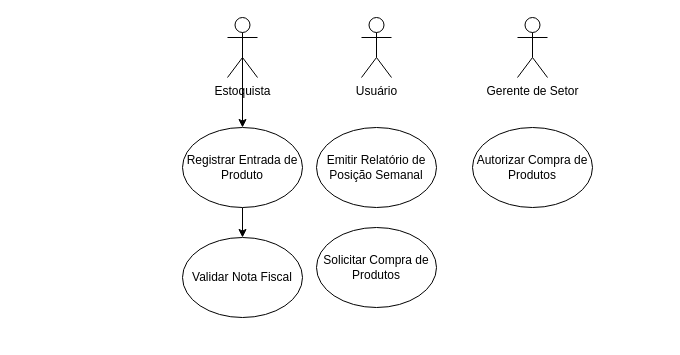
This is Diagrama sem nome.drawio from Meeps0/git, a draw.io file, before an edit. Source tidied: cells renumbered, new cells numbered last; positions are measured from the earlier drawing's top-left corner, leaving out a move shared by most shapes. Both pictures are drawn from the tidied source at 100%, with x=0, y=0 at pixel (182, 17).
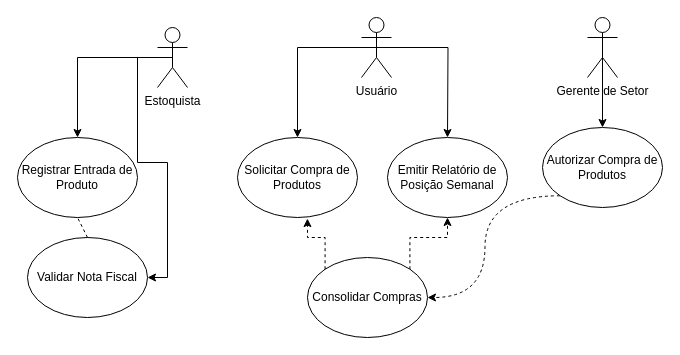
After the change.

Unchanged cells that the change refers to:
```xml
<mxCell id="5" value="Usuário" style="shape=umlActor;verticalLabelPosition=bottom;verticalAlign=top;html=1;outlineConnect=0;" parent="1" vertex="1">
  <mxGeometry x="179" width="30" height="60" as="geometry" />
</mxCell>
```

What changed in the source:
```diff
@@
+    <mxCell id="13" style="edgeStyle=orthogonalEdgeStyle;rounded=0;jettySize=auto;html=1;exitX=0.5;exitY=0.5;exitDx=0;exitDy=0;exitPerimeter=0;entryX=1;entryY=0.5;entryDx=0;entryDy=0;" parent="1" edge="1" source="3" target="9">
+      <mxGeometry relative="1" as="geometry" />
+    </mxCell>
     <mxCell id="3" value="Estoquista" style="shape=umlActor;verticalLabelPosition=bottom;verticalAlign=top;html=1;outlineConnect=0;" parent="1" vertex="1">
-      <mxGeometry x="45" width="30" height="60" as="geometry" />
+      <mxGeometry x="-25" y="10" width="30" height="60" as="geometry" />
     </mxCell>
@@
+    <mxCell id="14" style="edgeStyle=orthogonalEdgeStyle;rounded=0;jettySize=auto;html=1;exitX=0.5;exitY=0.5;exitDx=0;exitDy=0;exitPerimeter=0;entryX=0.5;entryY=0;entryDx=0;entryDy=0;" parent="1" edge="1" source="5" target="11">
+      <mxGeometry relative="1" as="geometry" />
+    </mxCell>
+    <mxCell id="15" style="edgeStyle=orthogonalEdgeStyle;rounded=0;jettySize=auto;html=1;exitX=0.5;exitY=0.5;exitDx=0;exitDy=0;exitPerimeter=0;" parent="1" edge="1" source="5">
+      <mxGeometry relative="1" as="geometry">
+        <mxPoint x="265" y="120" as="targetPoint" />
+      </mxGeometry>
+    </mxCell>
@@
+    <mxCell id="16" style="edgeStyle=orthogonalEdgeStyle;rounded=0;jettySize=auto;html=1;exitX=0.5;exitY=0.5;exitDx=0;exitDy=0;exitPerimeter=0;entryX=0.5;entryY=0;entryDx=0;entryDy=0;" parent="1" edge="1" source="6" target="12">
+      <mxGeometry relative="1" as="geometry" />
+    </mxCell>
     <mxCell id="6" value="Gerente de Setor&lt;div&gt;&lt;br&gt;&lt;/div&gt;" style="shape=umlActor;verticalLabelPosition=bottom;verticalAlign=top;html=1;outlineConnect=0;" parent="1" vertex="1">
-      <mxGeometry x="335" width="30" height="60" as="geometry" />
+      <mxGeometry x="405" width="30" height="60" as="geometry" />
     </mxCell>
-    <mxCell id="7" style="edgeStyle=orthogonalEdgeStyle;rounded=0;jettySize=auto;html=1;exitX=0.5;exitY=1;exitDx=0;exitDy=0;entryX=0.5;entryY=0;entryDx=0;entryDy=0;" parent="1" edge="1" source="8" target="9">
-      <mxGeometry relative="1" as="geometry" />
-    </mxCell>
     <mxCell id="8" value="Registrar Entrada de Produto" style="ellipse;whiteSpace=wrap;html=1;" parent="1" vertex="1">
-      <mxGeometry y="110" width="120" height="80" as="geometry" />
+      <mxGeometry x="-165" y="120" width="120" height="80" as="geometry" />
     </mxCell>
     <mxCell id="9" value="Validar Nota Fiscal" style="ellipse;whiteSpace=wrap;html=1;" parent="1" vertex="1">
-      <mxGeometry y="220" width="120" height="80" as="geometry" />
+      <mxGeometry x="-155" y="220" width="120" height="80" as="geometry" />
     </mxCell>
     <mxCell id="10" value="Emitir Relatório de Posição Semanal" style="ellipse;whiteSpace=wrap;html=1;" parent="1" vertex="1">
-      <mxGeometry x="134" y="110" width="120" height="80" as="geometry" />
+      <mxGeometry x="205" y="120" width="120" height="80" as="geometry" />
     </mxCell>
     <mxCell id="11" value="Solicitar Compra de Produtos" style="ellipse;whiteSpace=wrap;html=1;" parent="1" vertex="1">
-      <mxGeometry x="134" y="210" width="120" height="80" as="geometry" />
+      <mxGeometry x="55" y="120" width="120" height="80" as="geometry" />
     </mxCell>
+    <mxCell id="17" style="edgeStyle=orthogonalEdgeStyle;rounded=0;jettySize=auto;html=1;exitX=0;exitY=1;exitDx=0;exitDy=0;entryX=1;entryY=0.5;entryDx=0;entryDy=0;dashed=1;curved=1;" parent="1" edge="1" source="12" target="19">
+      <mxGeometry relative="1" as="geometry" />
+    </mxCell>
     <mxCell id="12" value="Autorizar Compra de Produtos" style="ellipse;whiteSpace=wrap;html=1;" parent="1" vertex="1">
-      <mxGeometry x="290" y="110" width="120" height="80" as="geometry" />
+      <mxGeometry x="360" y="110" width="120" height="80" as="geometry" />
     </mxCell>
+    <mxCell id="18" style="edgeStyle=orthogonalEdgeStyle;rounded=0;jettySize=auto;html=1;exitX=1;exitY=0;exitDx=0;exitDy=0;entryX=0.5;entryY=1;entryDx=0;entryDy=0;dashed=1;" parent="1" edge="1" source="19" target="10">
+      <mxGeometry relative="1" as="geometry" />
+    </mxCell>
+    <mxCell id="19" value="Consolidar Compras" style="ellipse;whiteSpace=wrap;html=1;" parent="1" vertex="1">
+      <mxGeometry x="125" y="240" width="120" height="80" as="geometry" />
+    </mxCell>
+    <mxCell id="20" style="endArrow=none;dashed=1;html=1;rounded=0;entryX=0.5;entryY=1;entryDx=0;entryDy=0;exitX=0.5;exitY=0;exitDx=0;exitDy=0;" parent="1" edge="1" source="9" target="8">
+      <mxGeometry relative="1" as="geometry" />
+    </mxCell>
+    <mxCell id="21" style="edgeStyle=orthogonalEdgeStyle;rounded=0;jettySize=auto;html=1;exitX=0;exitY=0;exitDx=0;exitDy=0;entryX=0.583;entryY=1.013;entryDx=0;entryDy=0;entryPerimeter=0;dashed=1;" parent="1" edge="1" source="19" target="11">
+      <mxGeometry relative="1" as="geometry" />
+    </mxCell>
```
